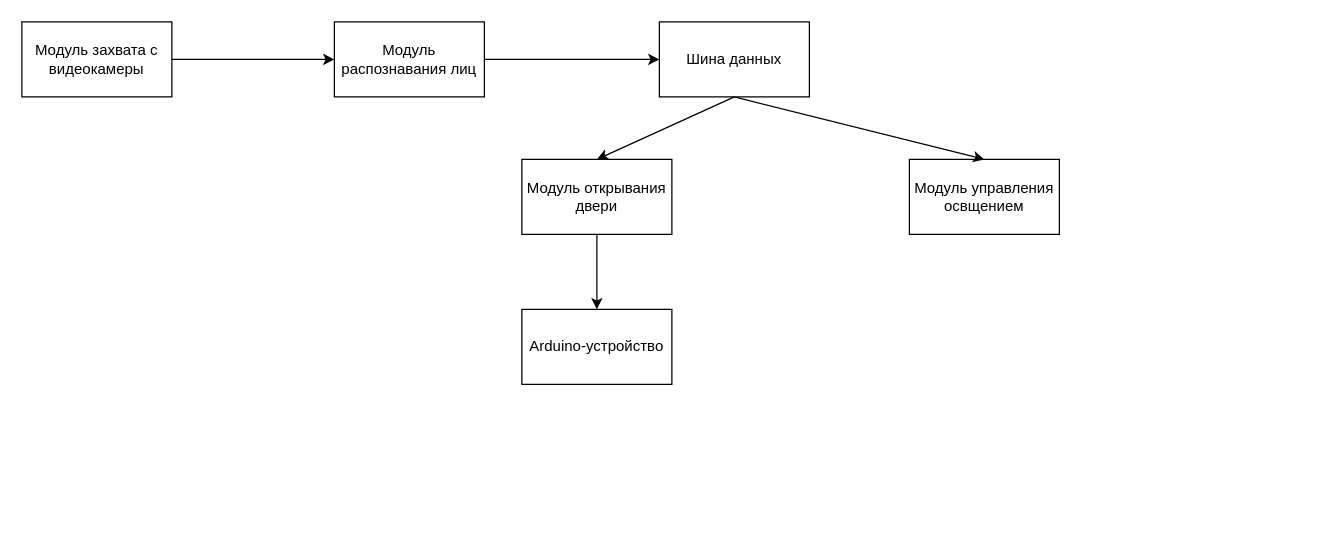
The draw.io diagram data/diagrams/face_detection_system_structure.drawio in InteroperGit/rylovo_automation, before the edit. Source tidied: cells renumbered, new cells numbered last; positions are measured from the earlier drawing's top-left corner, leaving out a move shared by most shapes. Both pictures are drawn from the tidied source at 125%, with x=0, y=0 at pixel (21, 21).
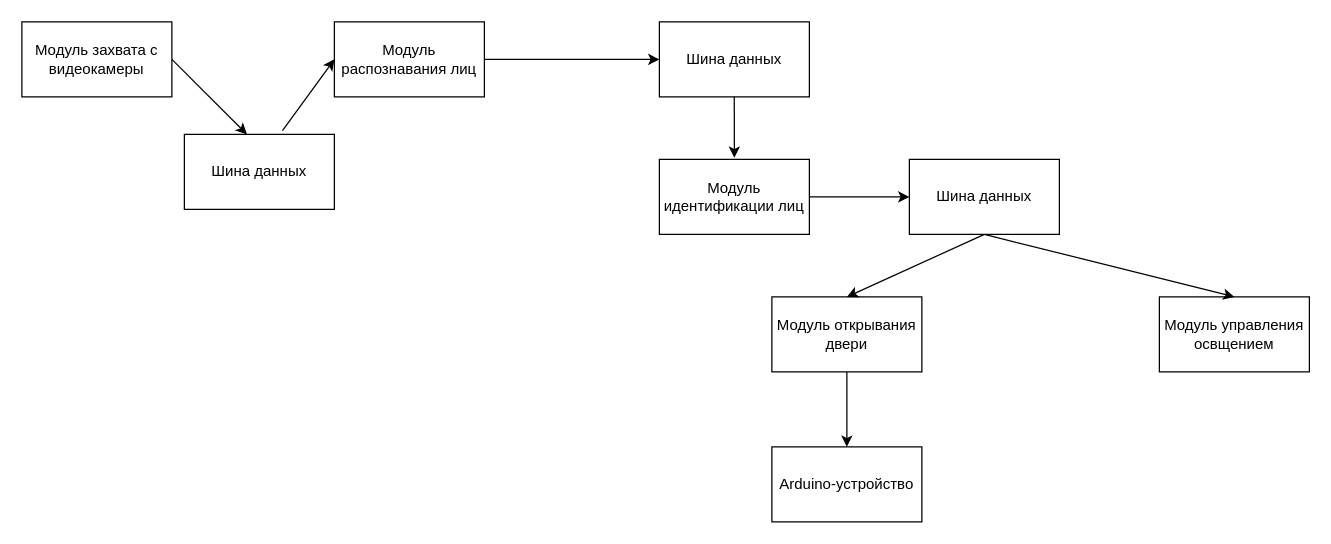
The same page after the edit.

Unchanged cells that the change refers to:
```xml
<mxCell id="2" value="Модуль захвата с видеокамеры" style="rounded=0;whiteSpace=wrap;html=1;" parent="1" vertex="1">
  <mxGeometry width="120" height="60" as="geometry" />
</mxCell>
<mxCell id="3" value="Модуль распознавания лиц" style="rounded=0;whiteSpace=wrap;html=1;" parent="1" vertex="1">
  <mxGeometry x="250" width="120" height="60" as="geometry" />
</mxCell>
<mxCell id="4" value="Шина данных" style="rounded=0;whiteSpace=wrap;html=1;" parent="1" vertex="1">
  <mxGeometry x="510" width="120" height="60" as="geometry" />
</mxCell>
```

Change to the diagram source:
```diff
@@
     <mxCell id="7" value="Модуль открывания двери" style="rounded=0;whiteSpace=wrap;html=1;" parent="1" vertex="1">
-      <mxGeometry x="400" y="110" width="120" height="60" as="geometry" />
+      <mxGeometry x="600" y="220" width="120" height="60" as="geometry" />
     </mxCell>
     <mxCell id="8" value="Arduino-устройство" style="rounded=0;whiteSpace=wrap;html=1;" parent="1" vertex="1">
-      <mxGeometry x="400" y="230" width="120" height="60" as="geometry" />
+      <mxGeometry x="600" y="340" width="120" height="60" as="geometry" />
     </mxCell>
     <mxCell id="9" value="Модуль управления освщением" style="rounded=0;whiteSpace=wrap;html=1;" parent="1" vertex="1">
-      <mxGeometry x="710" y="110" width="120" height="60" as="geometry" />
+      <mxGeometry x="910" y="220" width="120" height="60" as="geometry" />
     </mxCell>
-    <mxCell id="10" style="endArrow=classic;html=1;rounded=0;entryX=0.5;entryY=0;entryDx=0;entryDy=0;exitX=0.5;exitY=1;exitDx=0;exitDy=0;" parent="1" edge="1" source="4" target="7">
-      <mxGeometry relative="1" as="geometry" />
+    <mxCell id="10" style="endArrow=classic;html=1;rounded=0;entryX=0.5;entryY=0;entryDx=0;entryDy=0;exitX=0.5;exitY=1;exitDx=0;exitDy=0;" parent="1" edge="1" target="7">
+      <mxGeometry relative="1" as="geometry">
+        <mxPoint x="770" y="170" as="sourcePoint" />
+      </mxGeometry>
     </mxCell>
-    <mxCell id="11" style="endArrow=classic;html=1;rounded=0;entryX=0.5;entryY=0;entryDx=0;entryDy=0;exitX=0.5;exitY=1;exitDx=0;exitDy=0;" parent="1" edge="1" source="4" target="9">
-      <mxGeometry relative="1" as="geometry" />
+    <mxCell id="11" style="endArrow=classic;html=1;rounded=0;entryX=0.5;entryY=0;entryDx=0;entryDy=0;exitX=0.5;exitY=1;exitDx=0;exitDy=0;" parent="1" edge="1" target="9">
+      <mxGeometry relative="1" as="geometry">
+        <mxPoint x="770" y="170" as="sourcePoint" />
+      </mxGeometry>
     </mxCell>
-    <mxCell id="12" style="endArrow=classic;html=1;rounded=0;exitX=1;exitY=0.5;exitDx=0;exitDy=0;entryX=0;entryY=0.5;entryDx=0;entryDy=0;" parent="1" edge="1" source="2" target="3">
+    <mxCell id="12" style="endArrow=classic;html=1;rounded=0;exitX=1;exitY=0.5;exitDx=0;exitDy=0;entryX=0.417;entryY=0;entryDx=0;entryDy=0;entryPerimeter=0;" parent="1" edge="1" source="2" target="13">
       <mxGeometry relative="1" as="geometry" />
     </mxCell>
+    <mxCell id="13" value="Шина данных" style="rounded=0;whiteSpace=wrap;html=1;" parent="1" vertex="1">
+      <mxGeometry x="130" y="90" width="120" height="60" as="geometry" />
+    </mxCell>
+    <mxCell id="14" style="endArrow=classic;html=1;rounded=0;exitX=0.654;exitY=-0.051;exitDx=0;exitDy=0;entryX=0;entryY=0.5;entryDx=0;entryDy=0;exitPerimeter=0;" parent="1" edge="1" source="13" target="3">
+      <mxGeometry relative="1" as="geometry" />
+    </mxCell>
+    <mxCell id="15" value="Модуль идентификации лиц" style="rounded=0;whiteSpace=wrap;html=1;" parent="1" vertex="1">
+      <mxGeometry x="510" y="110" width="120" height="60" as="geometry" />
+    </mxCell>
+    <mxCell id="16" style="endArrow=classic;html=1;rounded=0;entryX=0.427;entryY=-0.02;entryDx=0;entryDy=0;exitX=0.426;exitY=1.002;exitDx=0;exitDy=0;entryPerimeter=0;exitPerimeter=0;" parent="1" edge="1">
+      <mxGeometry relative="1" as="geometry">
+        <mxPoint x="569.9" y="60" as="sourcePoint" />
+        <mxPoint x="570" y="108.7" as="targetPoint" />
+      </mxGeometry>
+    </mxCell>
+    <mxCell id="17" value="Шина данных" style="rounded=0;whiteSpace=wrap;html=1;" parent="1" vertex="1">
+      <mxGeometry x="710" y="110" width="120" height="60" as="geometry" />
+    </mxCell>
+    <mxCell id="18" style="endArrow=classic;html=1;rounded=0;entryX=0;entryY=0.5;entryDx=0;entryDy=0;exitX=1;exitY=0.5;exitDx=0;exitDy=0;" parent="1" edge="1" source="15" target="17">
+      <mxGeometry relative="1" as="geometry" />
+    </mxCell>
```
